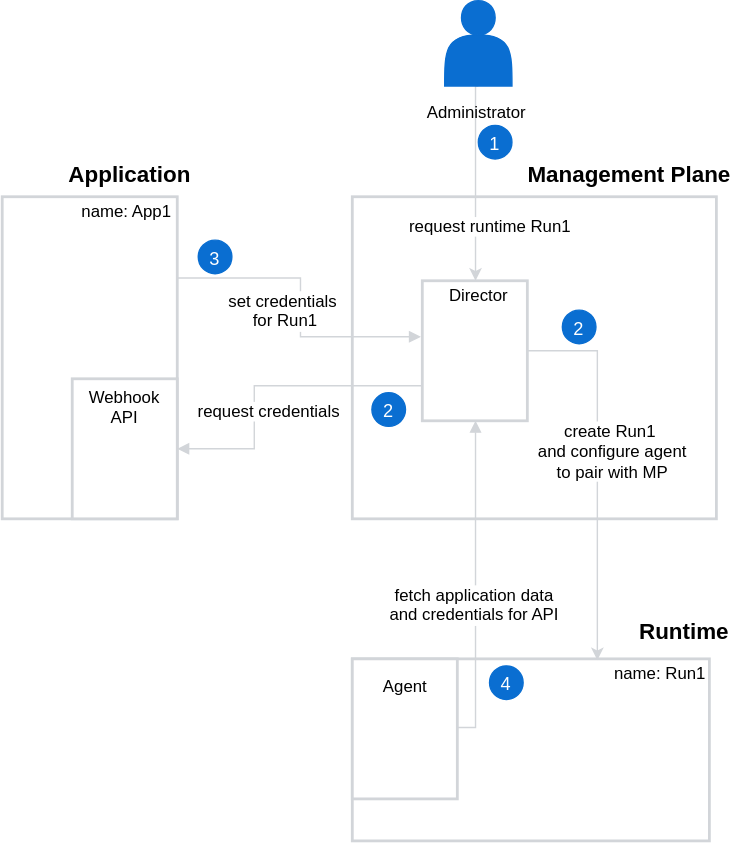
Above: docs/architecture/assets/api-credentials-flow.svg in kyma-incubator/compass (draw.io), before the change. Source tidied: cells renumbered, new cells last; positions are measured from the earlier drawing's top-left corner, leaving out a move shared by most shapes.
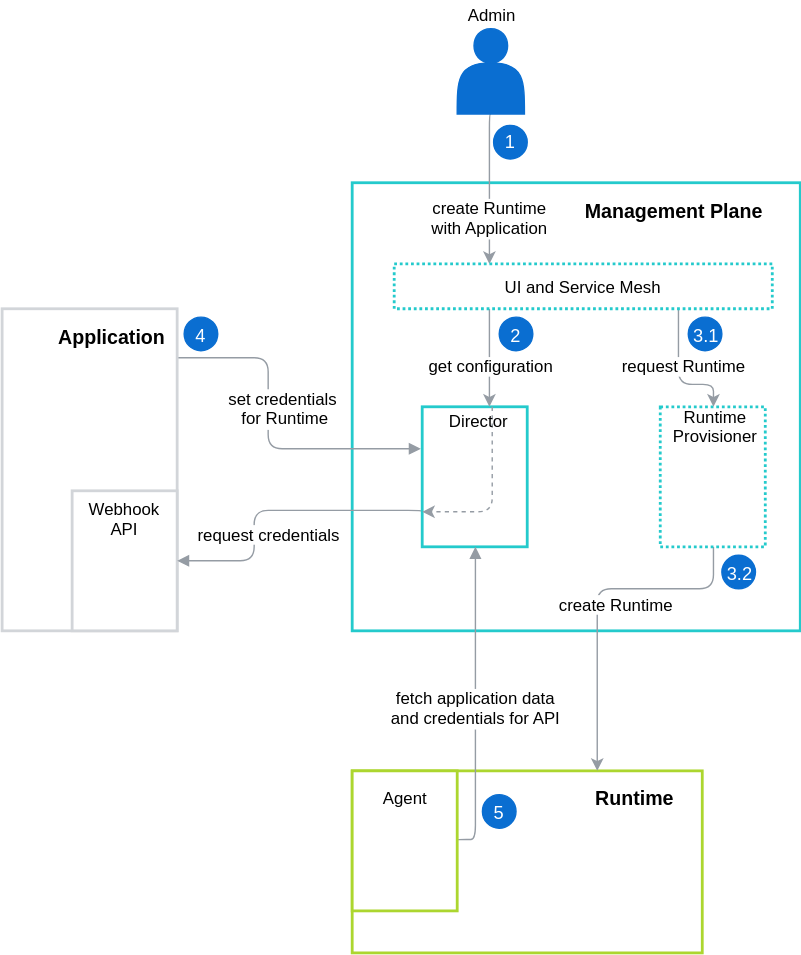
Later version of the same file.

Commit message:
API Credentials diagram - unification

The edit, as a diff of the source:
```diff
@@ -2,75 +2,72 @@
   <root>
     <mxCell id="0" />
     <mxCell id="1" parent="0" />
-    <mxCell id="2" style="rounded=0;whiteSpace=wrap;html=1;strokeColor=#D2D5D9;strokeWidth=2;horizontal=1;" parent="1" vertex="1">
-      <mxGeometry x="250" y="140" width="260" height="230" as="geometry" />
+    <mxCell id="2" style="rounded=0;whiteSpace=wrap;html=1;strokeColor=#24CACC;strokeWidth=2;horizontal=1;" parent="1" vertex="1">
+      <mxGeometry x="250" y="50" width="320" height="320" as="geometry" />
     </mxCell>
-    <mxCell id="3" value="Management Plane&lt;br style=&quot;font-size: 16px;&quot;&gt;" style="text;html=1;strokeColor=none;fillColor=none;align=center;verticalAlign=middle;whiteSpace=wrap;rounded=0;fontStyle=1;fontSize=16;" parent="1" vertex="1">
-      <mxGeometry x="372" y="113" width="150" height="20" as="geometry" />
+    <mxCell id="3" value="Management Plane&lt;br style=&quot;font-size: 14px&quot;&gt;" style="text;html=1;strokeColor=none;fillColor=none;align=center;verticalAlign=middle;whiteSpace=wrap;rounded=0;fontStyle=1;fontSize=14;" parent="1" vertex="1">
+      <mxGeometry x="392.5" y="60" width="172" height="20" as="geometry" />
     </mxCell>
-    <mxCell id="4" style="rounded=0;whiteSpace=wrap;html=1;strokeColor=#D2D5D9;strokeWidth=2;horizontal=1;" parent="1" vertex="1">
-      <mxGeometry x="250" y="470" width="255" height="130" as="geometry" />
+    <mxCell id="4" style="rounded=0;whiteSpace=wrap;html=1;strokeColor=#ACD62F;strokeWidth=2;horizontal=1;" parent="1" vertex="1">
+      <mxGeometry x="250" y="470" width="250" height="130" as="geometry" />
     </mxCell>
-    <mxCell id="5" value="&amp;nbsp;Runtime&lt;br style=&quot;font-size: 16px;&quot;&gt;" style="text;html=1;strokeColor=none;fillColor=none;align=center;verticalAlign=middle;whiteSpace=wrap;rounded=0;fontStyle=1;fontSize=16;" parent="1" vertex="1">
-      <mxGeometry x="447" y="439" width="74" height="20" as="geometry" />
+    <mxCell id="5" value="&amp;nbsp;Runtime&lt;br style=&quot;font-size: 14px;&quot;&gt;" style="text;html=1;strokeColor=none;fillColor=none;align=center;verticalAlign=middle;whiteSpace=wrap;rounded=0;fontStyle=1;fontSize=14;" parent="1" vertex="1">
+      <mxGeometry x="412.5" y="479" width="74" height="20" as="geometry" />
     </mxCell>
-    <mxCell id="6" style="edgeStyle=orthogonalEdgeStyle;rounded=0;jettySize=auto;html=1;exitX=1;exitY=0.25;exitDx=0;exitDy=0;entryX=-0.013;entryY=0.4;entryDx=0;entryDy=0;startArrow=none;startFill=0;endArrow=block;endFill=1;strokeColor=#D2D5D9;fontSize=12;entryPerimeter=0;" parent="1" edge="1" source="8" target="23">
+    <mxCell id="6" style="edgeStyle=orthogonalEdgeStyle;rounded=1;jettySize=auto;html=1;exitX=1;exitY=0.152;exitDx=0;exitDy=0;startArrow=none;startFill=0;endArrow=block;endFill=1;strokeColor=#959CA4;fontSize=12;exitPerimeter=0;" parent="1" edge="1" source="8">
       <mxGeometry relative="1" as="geometry">
+        <mxPoint x="299" y="240" as="targetPoint" />
         <Array as="points">
-          <mxPoint x="213" y="198" />
-          <mxPoint x="213" y="240" />
+          <mxPoint x="190" y="175" />
+          <mxPoint x="190" y="240" />
         </Array>
       </mxGeometry>
     </mxCell>
-    <mxCell id="7" value="set credentials&lt;br&gt;&amp;nbsp;for Run1" style="text;html=1;align=center;verticalAlign=middle;labelBackgroundColor=#ffffff;fontSize=12;" parent="6" vertex="1">
+    <mxCell id="7" value="set credentials&lt;br&gt;&amp;nbsp;for Runtime" style="text;html=1;align=center;verticalAlign=middle;labelBackgroundColor=#ffffff;fontSize=12;" parent="6" vertex="1">
       <mxGeometry x="-0.34" y="1" relative="1" as="geometry">
-        <mxPoint x="3" y="23" as="offset" />
+        <mxPoint x="9" y="21" as="offset" />
       </mxGeometry>
     </mxCell>
     <mxCell id="8" style="rounded=0;whiteSpace=wrap;html=1;strokeColor=#D2D5D9;strokeWidth=2;horizontal=1;" parent="1" vertex="1">
       <mxGeometry y="140" width="125" height="230" as="geometry" />
     </mxCell>
-    <mxCell id="9" value="Application&amp;nbsp;&lt;br style=&quot;font-size: 16px;&quot;&gt;" style="text;html=1;strokeColor=none;fillColor=none;align=center;verticalAlign=middle;whiteSpace=wrap;rounded=0;fontStyle=1;fontSize=16;" parent="1" vertex="1">
-      <mxGeometry x="52.5" y="113" width="80" height="20" as="geometry" />
+    <mxCell id="9" value="Application&amp;nbsp;&lt;br style=&quot;font-size: 14px;&quot;&gt;" style="text;html=1;strokeColor=none;fillColor=none;align=center;verticalAlign=middle;whiteSpace=wrap;rounded=0;fontStyle=1;fontSize=14;" parent="1" vertex="1">
+      <mxGeometry x="40" y="150" width="80" height="20" as="geometry" />
     </mxCell>
-    <mxCell id="10" style="edgeStyle=orthogonalEdgeStyle;rounded=0;jettySize=auto;html=1;exitX=0.5;exitY=1;exitDx=0;exitDy=0;entryX=0.5;entryY=0;entryDx=0;entryDy=0;strokeColor=#D2D5D9;fontSize=12;" parent="1" edge="1" source="12" target="23">
+    <mxCell id="10" style="edgeStyle=orthogonalEdgeStyle;rounded=1;jettySize=auto;html=1;exitX=0.5;exitY=1;exitDx=0;exitDy=0;entryX=0.25;entryY=0;entryDx=0;entryDy=0;strokeColor=#959CA4;fontSize=12;" parent="1" edge="1" source="12" target="40">
       <mxGeometry relative="1" as="geometry">
         <Array as="points">
-          <mxPoint x="338" y="61" />
+          <mxPoint x="348" y="1" />
         </Array>
       </mxGeometry>
     </mxCell>
-    <mxCell id="11" value="request runtime Run1" style="text;html=1;align=center;verticalAlign=middle;labelBackgroundColor=#ffffff;fontSize=12;" parent="10" vertex="1">
+    <mxCell id="11" value="create Runtime&lt;br&gt;with Application&lt;br&gt;" style="text;html=1;align=center;verticalAlign=middle;labelBackgroundColor=#ffffff;fontSize=12;" parent="10" vertex="1">
       <mxGeometry x="-0.34" relative="1" as="geometry">
-        <mxPoint x="10" y="54" as="offset" />
+        <mxPoint y="38" as="offset" />
       </mxGeometry>
     </mxCell>
     <mxCell id="12" style="shape=actor;whiteSpace=wrap;html=1;strokeColor=#0A6ED1;strokeWidth=1;fillColor=#0A6ED1;fontSize=13;fontColor=#0A6ED1;" parent="1" vertex="1">
-      <mxGeometry x="316" width="48" height="61" as="geometry" />
+      <mxGeometry x="325" y="-60" width="48" height="61" as="geometry" />
     </mxCell>
-    <mxCell id="13" value="name: App1" style="text;html=1;strokeColor=none;fillColor=none;align=center;verticalAlign=middle;whiteSpace=wrap;rounded=0;fontSize=12;" parent="1" vertex="1">
-      <mxGeometry x="52.5" y="140" width="70" height="20" as="geometry" />
-    </mxCell>
-    <mxCell id="14" value="name: Run1" style="text;html=1;strokeColor=none;fillColor=none;align=center;verticalAlign=middle;whiteSpace=wrap;rounded=0;fontSize=12;" parent="1" vertex="1">
-      <mxGeometry x="435" y="470" width="70" height="20" as="geometry" />
-    </mxCell>
-    <mxCell id="15" style="edgeStyle=orthogonalEdgeStyle;rounded=0;jettySize=auto;html=1;exitX=1;exitY=0.5;exitDx=0;exitDy=0;entryX=0.686;entryY=0.004;entryDx=0;entryDy=0;strokeColor=#D2D5D9;fontSize=12;startArrow=none;startFill=0;entryPerimeter=0;" parent="1" edge="1" source="23" target="4">
+    <mxCell id="15" style="edgeStyle=orthogonalEdgeStyle;rounded=1;jettySize=auto;html=1;exitX=0.5;exitY=1;exitDx=0;exitDy=0;strokeColor=#959CA4;fontSize=12;startArrow=none;startFill=0;" parent="1" edge="1" source="34">
       <mxGeometry relative="1" as="geometry">
+        <mxPoint x="425" y="470" as="targetPoint" />
         <Array as="points">
-          <mxPoint x="425" y="250" />
+          <mxPoint x="508" y="340" />
+          <mxPoint x="425" y="340" />
         </Array>
       </mxGeometry>
     </mxCell>
-    <mxCell id="16" value="create Run1&amp;nbsp;&lt;br&gt;and configure agent&lt;br&gt;to pair with MP&lt;br&gt;" style="text;html=1;align=center;verticalAlign=middle;labelBackgroundColor=#ffffff;fontSize=12;" parent="15" vertex="1">
+    <mxCell id="16" value="create Runtime&amp;nbsp;&lt;br&gt;" style="text;html=1;align=center;verticalAlign=middle;labelBackgroundColor=#ffffff;fontSize=12;" parent="15" vertex="1">
       <mxGeometry x="0.36" y="2" relative="1" as="geometry">
-        <mxPoint x="8" y="-64" as="offset" />
+        <mxPoint x="13" y="-42" as="offset" />
       </mxGeometry>
     </mxCell>
     <mxCell id="17" value="&lt;div style=&quot;text-align: center&quot;&gt;&lt;span style=&quot;color: rgb(255 , 255 , 255)&quot;&gt;&lt;font style=&quot;font-size: 13px&quot;&gt;1&lt;/font&gt;&lt;/span&gt;&lt;/div&gt;" style="ellipse;whiteSpace=wrap;html=1;strokeColor=#0A6ED1;strokeWidth=1;fillColor=#0A6ED1;" parent="1" vertex="1">
-      <mxGeometry x="340" y="89" width="24" height="24" as="geometry" />
+      <mxGeometry x="351" y="8.5" width="24" height="24" as="geometry" />
     </mxCell>
-    <mxCell id="18" value="&lt;div style=&quot;text-align: center&quot;&gt;&lt;span style=&quot;color: rgb(255 , 255 , 255)&quot;&gt;&lt;font style=&quot;font-size: 13px&quot;&gt;2&lt;/font&gt;&lt;/span&gt;&lt;/div&gt;" style="ellipse;whiteSpace=wrap;html=1;strokeColor=#0A6ED1;strokeWidth=1;fillColor=#0A6ED1;" parent="1" vertex="1">
-      <mxGeometry x="400" y="221" width="24" height="24" as="geometry" />
+    <mxCell id="18" value="&lt;div style=&quot;text-align: center&quot;&gt;&lt;span style=&quot;color: rgb(255 , 255 , 255)&quot;&gt;&lt;font style=&quot;font-size: 13px&quot;&gt;3.2&lt;/font&gt;&lt;/span&gt;&lt;/div&gt;" style="ellipse;whiteSpace=wrap;html=1;strokeColor=#0A6ED1;strokeWidth=1;fillColor=#0A6ED1;" parent="1" vertex="1">
+      <mxGeometry x="513.5" y="316" width="24" height="24" as="geometry" />
     </mxCell>
     <mxCell id="19" style="rounded=0;whiteSpace=wrap;html=1;strokeColor=#D2D5D9;strokeWidth=2;horizontal=1;" parent="1" vertex="1">
       <mxGeometry x="50" y="270" width="75" height="100" as="geometry" />
@@ -78,32 +75,38 @@
     <mxCell id="20" value="Webhook API" style="text;html=1;strokeColor=none;fillColor=none;align=center;verticalAlign=middle;whiteSpace=wrap;rounded=0;fontSize=12;" parent="1" vertex="1">
       <mxGeometry x="67.5" y="280" width="40" height="20" as="geometry" />
     </mxCell>
-    <mxCell id="21" style="edgeStyle=orthogonalEdgeStyle;rounded=0;jettySize=auto;html=1;exitX=0;exitY=0.75;exitDx=0;exitDy=0;entryX=1;entryY=0.5;entryDx=0;entryDy=0;startArrow=none;startFill=0;endArrow=block;endFill=1;strokeColor=#D2D5D9;fontSize=12;" parent="1" edge="1" source="23" target="19">
+    <mxCell id="21" style="edgeStyle=orthogonalEdgeStyle;rounded=1;jettySize=auto;html=1;entryX=1;entryY=0.5;entryDx=0;entryDy=0;startArrow=none;startFill=0;endArrow=block;endFill=1;strokeColor=#959CA4;fontSize=12;exitX=0;exitY=0.75;exitDx=0;exitDy=0;" parent="1" edge="1" source="23" target="19">
       <mxGeometry relative="1" as="geometry">
         <Array as="points">
-          <mxPoint x="180" y="275" />
+          <mxPoint x="300" y="284" />
+          <mxPoint x="180" y="284" />
           <mxPoint x="180" y="320" />
         </Array>
       </mxGeometry>
     </mxCell>
     <mxCell id="22" value="request credentials" style="text;html=1;align=center;verticalAlign=middle;labelBackgroundColor=#ffffff;fontSize=12;" parent="21" vertex="1">
       <mxGeometry x="0.51" y="-1" relative="1" as="geometry">
-        <mxPoint x="11" y="-27" as="offset" />
+        <mxPoint x="13" y="-19" as="offset" />
       </mxGeometry>
     </mxCell>
-    <mxCell id="23" style="rounded=0;whiteSpace=wrap;html=1;strokeColor=#D2D5D9;strokeWidth=2;horizontal=1;" parent="1" vertex="1">
-      <mxGeometry x="300" y="200" width="75" height="100" as="geometry" />
+    <mxCell id="23" style="rounded=0;whiteSpace=wrap;html=1;strokeColor=#24CACC;strokeWidth=2;horizontal=1;" parent="1" vertex="1">
+      <mxGeometry x="300" y="210" width="75" height="100" as="geometry" />
     </mxCell>
+    <mxCell id="33" style="edgeStyle=orthogonalEdgeStyle;rounded=1;jettySize=auto;html=1;entryX=0;entryY=0.75;entryDx=0;entryDy=0;strokeColor=#959CA4;fontSize=12;dashed=1;" parent="1" edge="1" target="23">
+      <mxGeometry relative="1" as="geometry">
+        <mxPoint x="350" y="210" as="sourcePoint" />
+        <Array as="points">
+          <mxPoint x="350" y="285" />
+        </Array>
+      </mxGeometry>
+    </mxCell>
     <mxCell id="24" value="Director" style="text;html=1;strokeColor=none;fillColor=none;align=center;verticalAlign=middle;whiteSpace=wrap;rounded=0;fontSize=12;" parent="1" vertex="1">
-      <mxGeometry x="320" y="200" width="40" height="20" as="geometry" />
+      <mxGeometry x="320" y="210" width="40" height="20" as="geometry" />
     </mxCell>
-    <mxCell id="25" value="&lt;div style=&quot;text-align: center&quot;&gt;&lt;font color=&quot;#ffffff&quot;&gt;&lt;span style=&quot;font-size: 13px&quot;&gt;2&lt;/span&gt;&lt;/font&gt;&lt;/div&gt;" style="ellipse;whiteSpace=wrap;html=1;strokeColor=#0A6ED1;strokeWidth=1;fillColor=#0A6ED1;" parent="1" vertex="1">
-      <mxGeometry x="263.5" y="280" width="24" height="24" as="geometry" />
-    </mxCell>
-    <mxCell id="26" value="&lt;div style=&quot;text-align: center&quot;&gt;&lt;font color=&quot;#ffffff&quot;&gt;&lt;span style=&quot;font-size: 13px&quot;&gt;3&lt;/span&gt;&lt;/font&gt;&lt;/div&gt;" style="ellipse;whiteSpace=wrap;html=1;strokeColor=#0A6ED1;strokeWidth=1;fillColor=#0A6ED1;" parent="1" vertex="1">
-      <mxGeometry x="140" y="171" width="24" height="24" as="geometry" />
+    <mxCell id="26" value="&lt;div style=&quot;text-align: center&quot;&gt;&lt;font color=&quot;#ffffff&quot;&gt;&lt;span style=&quot;font-size: 13px&quot;&gt;4&lt;/span&gt;&lt;/font&gt;&lt;/div&gt;" style="ellipse;whiteSpace=wrap;html=1;strokeColor=#0A6ED1;strokeWidth=1;fillColor=#0A6ED1;" parent="1" vertex="1">
+      <mxGeometry x="130" y="146" width="24" height="24" as="geometry" />
     </mxCell>
-    <mxCell id="27" style="edgeStyle=orthogonalEdgeStyle;rounded=0;jettySize=auto;html=1;exitX=1;exitY=0.5;exitDx=0;exitDy=0;entryX=0.5;entryY=1;entryDx=0;entryDy=0;startArrow=none;startFill=0;endArrow=block;endFill=1;strokeColor=#D2D5D9;fontSize=12;" parent="1" edge="1" source="29" target="23">
+    <mxCell id="27" style="edgeStyle=orthogonalEdgeStyle;rounded=1;jettySize=auto;html=1;exitX=1;exitY=0.5;exitDx=0;exitDy=0;entryX=0.5;entryY=1;entryDx=0;entryDy=0;startArrow=none;startFill=0;endArrow=block;endFill=1;strokeColor=#959CA4;fontSize=12;" parent="1" edge="1" source="29" target="23">
       <mxGeometry relative="1" as="geometry">
         <Array as="points">
           <mxPoint x="338" y="519" />
@@ -111,19 +114,62 @@
       </mxGeometry>
     </mxCell>
     <mxCell id="28" value="fetch application data&lt;br&gt;and credentials for API&lt;br&gt;" style="text;html=1;align=center;verticalAlign=middle;labelBackgroundColor=#ffffff;fontSize=12;" parent="27" vertex="1">
-      <mxGeometry x="-0.11" y="1" relative="1" as="geometry" />
+      <mxGeometry x="-0.11" y="1" relative="1" as="geometry">
+        <mxPoint x="0.5" y="-10" as="offset" />
+      </mxGeometry>
     </mxCell>
-    <mxCell id="29" style="rounded=0;whiteSpace=wrap;html=1;strokeColor=#D2D5D9;strokeWidth=2;horizontal=1;" parent="1" vertex="1">
+    <mxCell id="29" style="rounded=0;whiteSpace=wrap;html=1;strokeColor=#ACD62F;strokeWidth=2;horizontal=1;" parent="1" vertex="1">
       <mxGeometry x="250" y="470" width="75" height="100" as="geometry" />
     </mxCell>
     <mxCell id="30" value="Agent" style="text;html=1;strokeColor=none;fillColor=none;align=center;verticalAlign=middle;whiteSpace=wrap;rounded=0;fontSize=12;" parent="1" vertex="1">
       <mxGeometry x="267.5" y="479" width="40" height="20" as="geometry" />
     </mxCell>
-    <mxCell id="31" value="&lt;div style=&quot;text-align: center&quot;&gt;&lt;font color=&quot;#ffffff&quot;&gt;&lt;span style=&quot;font-size: 13px&quot;&gt;4&lt;/span&gt;&lt;/font&gt;&lt;/div&gt;" style="ellipse;whiteSpace=wrap;html=1;strokeColor=#0A6ED1;strokeWidth=1;fillColor=#0A6ED1;" parent="1" vertex="1">
-      <mxGeometry x="348" y="475" width="24" height="24" as="geometry" />
+    <mxCell id="31" value="&lt;div style=&quot;text-align: center&quot;&gt;&lt;font color=&quot;#ffffff&quot;&gt;&lt;span style=&quot;font-size: 13px&quot;&gt;5&lt;/span&gt;&lt;/font&gt;&lt;/div&gt;" style="ellipse;whiteSpace=wrap;html=1;strokeColor=#0A6ED1;strokeWidth=1;fillColor=#0A6ED1;" parent="1" vertex="1">
+      <mxGeometry x="343" y="487" width="24" height="24" as="geometry" />
     </mxCell>
-    <mxCell id="32" value="Administrator" style="text;html=1;strokeColor=none;fillColor=none;align=center;verticalAlign=middle;whiteSpace=wrap;rounded=0;" parent="1" vertex="1">
-      <mxGeometry x="317.5" y="69" width="40" height="20" as="geometry" />
+    <mxCell id="32" value="Admin" style="text;html=1;strokeColor=none;fillColor=none;align=center;verticalAlign=middle;whiteSpace=wrap;rounded=0;" parent="1" vertex="1">
+      <mxGeometry x="329" y="-80" width="40" height="20" as="geometry" />
     </mxCell>
+    <mxCell id="34" style="rounded=0;whiteSpace=wrap;html=1;strokeColor=#24CACC;strokeWidth=2;horizontal=1;dashed=1;dashPattern=1 1;" parent="1" vertex="1">
+      <mxGeometry x="470" y="210" width="75" height="100" as="geometry" />
+    </mxCell>
+    <mxCell id="35" value="Runtime&lt;br style=&quot;font-size: 12px;&quot;&gt;Provisioner&lt;br style=&quot;font-size: 12px;&quot;&gt;" style="text;html=1;strokeColor=none;fillColor=none;align=center;verticalAlign=middle;whiteSpace=wrap;rounded=0;fontSize=12;" parent="1" vertex="1">
+      <mxGeometry x="489.5" y="214" width="40" height="20" as="geometry" />
+    </mxCell>
+    <mxCell id="36" style="edgeStyle=orthogonalEdgeStyle;rounded=1;jettySize=auto;html=1;exitX=0.25;exitY=1;exitDx=0;exitDy=0;strokeColor=#959CA4;fontSize=12;" parent="1" edge="1" source="40">
+      <mxGeometry relative="1" as="geometry">
+        <mxPoint x="348" y="210" as="targetPoint" />
+      </mxGeometry>
+    </mxCell>
+    <mxCell id="37" value="get configuration" style="text;html=1;align=center;verticalAlign=middle;labelBackgroundColor=#ffffff;fontSize=12;" parent="36" vertex="1">
+      <mxGeometry x="-0.13" y="-1" relative="1" as="geometry">
+        <mxPoint x="2" y="10" as="offset" />
+      </mxGeometry>
+    </mxCell>
+    <mxCell id="38" style="edgeStyle=orthogonalEdgeStyle;rounded=1;jettySize=auto;html=1;exitX=0.75;exitY=1;exitDx=0;exitDy=0;entryX=0.5;entryY=0;entryDx=0;entryDy=0;strokeColor=#959CA4;fontSize=12;" parent="1" edge="1" source="40" target="34">
+      <mxGeometry relative="1" as="geometry">
+        <Array as="points">
+          <mxPoint x="483" y="194" />
+          <mxPoint x="508" y="194" />
+        </Array>
+      </mxGeometry>
+    </mxCell>
+    <mxCell id="39" value="request Runtime" style="text;html=1;align=center;verticalAlign=middle;labelBackgroundColor=#ffffff;fontSize=12;" parent="38" vertex="1">
+      <mxGeometry x="-0.41" y="4" relative="1" as="geometry">
+        <mxPoint x="-0.5" y="12" as="offset" />
+      </mxGeometry>
+    </mxCell>
+    <mxCell id="40" style="rounded=0;whiteSpace=wrap;html=1;strokeColor=#24CACC;strokeWidth=2;horizontal=1;dashed=1;dashPattern=1 1;" parent="1" vertex="1">
+      <mxGeometry x="280" y="108" width="270" height="32" as="geometry" />
+    </mxCell>
+    <mxCell id="41" value="UI and Service Mesh&lt;br&gt;" style="text;html=1;strokeColor=none;fillColor=none;align=center;verticalAlign=middle;whiteSpace=wrap;rounded=0;fontSize=12;" parent="1" vertex="1">
+      <mxGeometry x="351" y="114" width="128" height="20" as="geometry" />
+    </mxCell>
+    <mxCell id="25" value="&lt;div style=&quot;text-align: center&quot;&gt;&lt;font color=&quot;#ffffff&quot;&gt;&lt;span style=&quot;font-size: 13px&quot;&gt;2&lt;/span&gt;&lt;/font&gt;&lt;/div&gt;" style="ellipse;whiteSpace=wrap;html=1;strokeColor=#0A6ED1;strokeWidth=1;fillColor=#0A6ED1;" parent="1" vertex="1">
+      <mxGeometry x="355" y="146" width="24" height="24" as="geometry" />
+    </mxCell>
+    <mxCell id="42" value="&lt;div style=&quot;text-align: center&quot;&gt;&lt;font color=&quot;#ffffff&quot;&gt;&lt;span style=&quot;font-size: 13px&quot;&gt;3.1&lt;/span&gt;&lt;/font&gt;&lt;/div&gt;" style="ellipse;whiteSpace=wrap;html=1;strokeColor=#0A6ED1;strokeWidth=1;fillColor=#0A6ED1;" parent="1" vertex="1">
+      <mxGeometry x="489.5" y="146" width="24" height="24" as="geometry" />
+    </mxCell>
   </root>
 </mxGraphModel>
```
